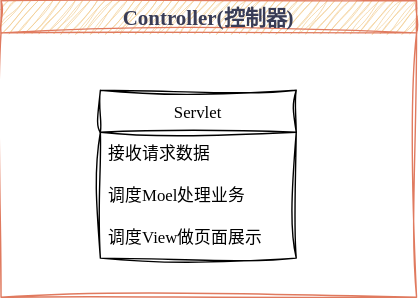
Above: diagrams/java_serve/web_application/mvc/MVC架构模式.svg in luguosong/images (draw.io), before the change. Source tidied: cells renumbered, new cells last; positions are measured from the earlier drawing's top-left corner, leaving out a move shared by most shapes.
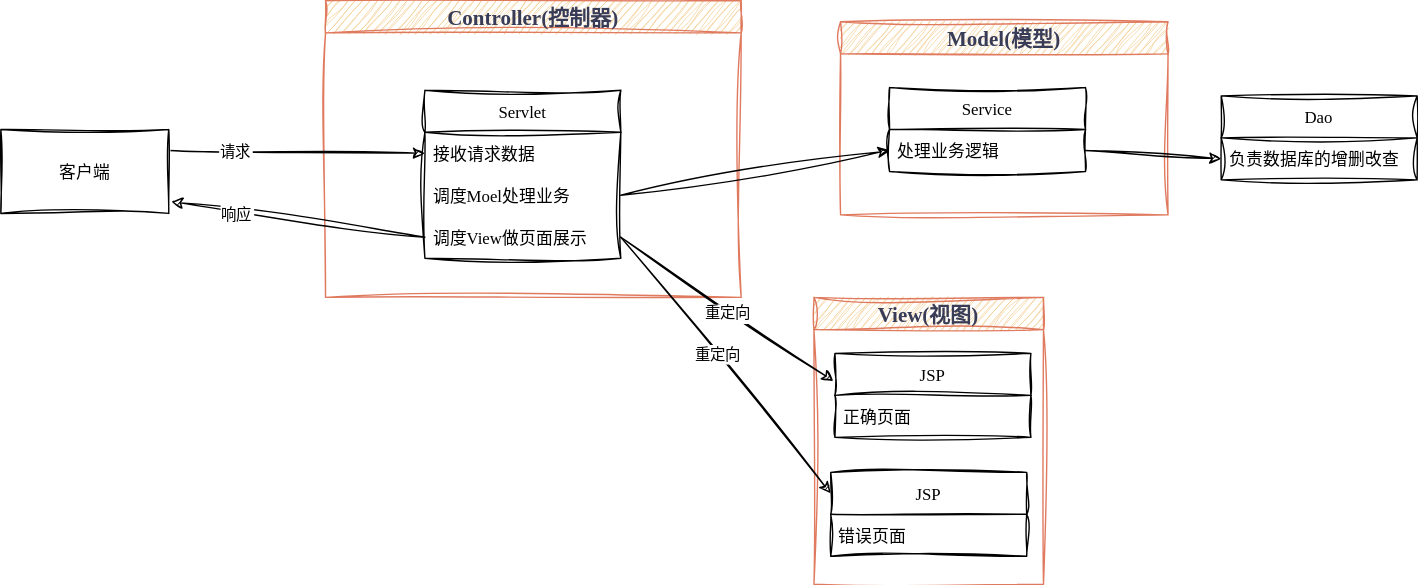
Later version of the same file.

Commit message:
更新MVC架构模式.svg

Diff of the diagram source:
```diff
@@ -17,5 +17,70 @@
     <mxCell id="6" value="调度View做页面展示" style="text;strokeColor=none;fillColor=none;align=left;verticalAlign=middle;spacingLeft=4;spacingRight=4;overflow=hidden;points=[[0,0.5],[1,0.5]];portConstraint=eastwest;fontFamily=LXGW WenKai;" parent="3" vertex="1">
       <mxGeometry y="90" width="140" height="30" as="geometry" />
     </mxCell>
+    <mxCell id="7" value="View(视图)" style="swimlane;sketch=1;hachureGap=4;jiggle=2;curveFitting=1;fontFamily=LXGW WenKai;fontSize=15;strokeColor=#E07A5F;align=center;verticalAlign=middle;fontColor=#393C56;fontStyle=1;fillColor=#F2CC8F;labelBackgroundColor=none;" parent="1" vertex="1">
+      <mxGeometry x="349" y="212" width="164" height="205" as="geometry" />
+    </mxCell>
+    <mxCell id="8" value="JSP" style="swimlane;fontStyle=0;horizontal=1;startSize=30;sketch=1;hachureGap=4;jiggle=2;curveFitting=1;fontFamily=LXGW WenKai;" parent="7" vertex="1">
+      <mxGeometry x="15" y="40" width="140" height="60" as="geometry" />
+    </mxCell>
+    <mxCell id="9" value="正确页面" style="text;strokeColor=none;fillColor=none;align=left;verticalAlign=middle;spacingLeft=4;spacingRight=4;overflow=hidden;fontFamily=LXGW WenKai;" parent="8" vertex="1">
+      <mxGeometry y="30" width="140" height="30" as="geometry" />
+    </mxCell>
+    <mxCell id="10" value="JSP" style="swimlane;fontStyle=0;horizontal=1;startSize=30;sketch=1;hachureGap=4;jiggle=2;curveFitting=1;fontFamily=LXGW WenKai;" parent="7" vertex="1">
+      <mxGeometry x="12" y="125" width="140" height="60" as="geometry" />
+    </mxCell>
+    <mxCell id="11" value="错误页面" style="text;strokeColor=none;fillColor=none;align=left;verticalAlign=middle;spacingLeft=4;spacingRight=4;overflow=hidden;fontFamily=LXGW WenKai;" parent="10" vertex="1">
+      <mxGeometry y="30" width="140" height="30" as="geometry" />
+    </mxCell>
+    <mxCell id="12" style="edgeStyle=none;rounded=0;sketch=1;hachureGap=4;jiggle=2;curveFitting=1;jettySize=auto;exitX=1;exitY=0.5;exitDx=0;exitDy=0;entryX=-0.008;entryY=0.33;entryDx=0;entryDy=0;fontFamily=LXGW WenKai;entryPerimeter=0;" parent="1" edge="1" source="6" target="8">
+      <mxGeometry relative="1" as="geometry" />
+    </mxCell>
+    <mxCell id="13" value="重定向" style="edgeLabel;align=center;verticalAlign=middle;sketch=1;hachureGap=4;jiggle=2;curveFitting=1;fontFamily=LXGW WenKai;" parent="12" vertex="1">
+      <mxGeometry x="-0.03" relative="1" as="geometry">
+        <mxPoint x="3" y="4" as="offset" />
+      </mxGeometry>
+    </mxCell>
+    <mxCell id="14" style="edgeStyle=none;rounded=0;sketch=1;hachureGap=4;jiggle=2;curveFitting=1;jettySize=auto;exitX=1;exitY=0.5;exitDx=0;exitDy=0;fontFamily=LXGW WenKai;entryX=0;entryY=0.25;entryDx=0;entryDy=0;" parent="1" edge="1" source="6" target="10">
+      <mxGeometry relative="1" as="geometry" />
+    </mxCell>
+    <mxCell id="15" value="重定向" style="edgeLabel;align=center;verticalAlign=middle;sketch=1;hachureGap=4;jiggle=2;curveFitting=1;fontFamily=LXGW WenKai;" parent="14" vertex="1">
+      <mxGeometry x="-0.09" y="1" relative="1" as="geometry" />
+    </mxCell>
+    <mxCell id="16" value="Model(模型)" style="swimlane;sketch=1;hachureGap=4;jiggle=2;curveFitting=1;fontFamily=LXGW WenKai;fontSize=15;strokeColor=#E07A5F;align=center;verticalAlign=middle;fontColor=#393C56;fontStyle=1;fillColor=#F2CC8F;labelBackgroundColor=none;" parent="1" vertex="1">
+      <mxGeometry x="368" y="15" width="234" height="138" as="geometry" />
+    </mxCell>
+    <mxCell id="17" value="Service" style="swimlane;fontStyle=0;horizontal=1;startSize=30;sketch=1;hachureGap=4;jiggle=2;curveFitting=1;fontFamily=LXGW WenKai;" parent="16" vertex="1">
+      <mxGeometry x="35" y="47" width="140" height="60" as="geometry" />
+    </mxCell>
+    <mxCell id="18" value="处理业务逻辑" style="text;strokeColor=none;fillColor=none;align=left;verticalAlign=middle;spacingLeft=4;spacingRight=4;overflow=hidden;points=[[0,0.5],[1,0.5]];portConstraint=eastwest;fontFamily=LXGW WenKai;" parent="17" vertex="1">
+      <mxGeometry y="30" width="140" height="30" as="geometry" />
+    </mxCell>
+    <mxCell id="19" style="edgeStyle=none;rounded=0;sketch=1;hachureGap=4;jiggle=2;curveFitting=1;jettySize=auto;exitX=1;exitY=0.5;exitDx=0;exitDy=0;entryX=0;entryY=0.5;entryDx=0;entryDy=0;fontFamily=LXGW WenKai;" parent="1" edge="1" source="5" target="18">
+      <mxGeometry relative="1" as="geometry" />
+    </mxCell>
+    <mxCell id="20" value="Dao" style="swimlane;fontStyle=0;horizontal=1;startSize=30;sketch=1;hachureGap=4;jiggle=2;curveFitting=1;fontFamily=LXGW WenKai;" parent="1" vertex="1">
+      <mxGeometry x="640" y="68" width="140" height="60" as="geometry" />
+    </mxCell>
+    <mxCell id="21" value="负责数据库的增删改查" style="text;strokeColor=none;fillColor=none;align=left;verticalAlign=middle;spacingLeft=4;spacingRight=4;overflow=hidden;points=[[0,0.5],[1,0.5]];portConstraint=eastwest;fontFamily=LXGW WenKai;" parent="20" vertex="1">
+      <mxGeometry y="30" width="140" height="30" as="geometry" />
+    </mxCell>
+    <mxCell id="22" style="edgeStyle=none;rounded=0;sketch=1;hachureGap=4;jiggle=2;curveFitting=1;jettySize=auto;exitX=1;exitY=0.5;exitDx=0;exitDy=0;entryX=0;entryY=0.5;entryDx=0;entryDy=0;fontFamily=LXGW WenKai;" parent="1" edge="1" source="18" target="21">
+      <mxGeometry relative="1" as="geometry" />
+    </mxCell>
+    <mxCell id="23" style="edgeStyle=none;rounded=0;sketch=1;hachureGap=4;jiggle=2;curveFitting=1;jettySize=auto;exitX=1;exitY=0.25;exitDx=0;exitDy=0;entryX=0;entryY=0.5;entryDx=0;entryDy=0;fontFamily=LXGW WenKai;" parent="1" edge="1" source="25" target="4">
+      <mxGeometry relative="1" as="geometry" />
+    </mxCell>
+    <mxCell id="24" value="请求" style="edgeLabel;align=center;verticalAlign=middle;sketch=1;hachureGap=4;jiggle=2;curveFitting=1;fontFamily=LXGW WenKai;" parent="23" vertex="1">
+      <mxGeometry x="-0.48" relative="1" as="geometry" />
+    </mxCell>
+    <mxCell id="25" value="客户端" style="rounded=0;sketch=1;hachureGap=4;jiggle=2;curveFitting=1;fontFamily=LXGW WenKai;" parent="1" vertex="1">
+      <mxGeometry x="-232" y="92" width="120" height="60" as="geometry" />
+    </mxCell>
+    <mxCell id="26" style="edgeStyle=none;rounded=0;sketch=1;hachureGap=4;jiggle=2;curveFitting=1;jettySize=auto;exitX=0;exitY=0.5;exitDx=0;exitDy=0;entryX=1.015;entryY=0.859;entryDx=0;entryDy=0;entryPerimeter=0;fontFamily=LXGW WenKai;" parent="1" edge="1" source="6" target="25">
+      <mxGeometry relative="1" as="geometry" />
+    </mxCell>
+    <mxCell id="27" value="响应" style="edgeLabel;align=center;verticalAlign=middle;sketch=1;hachureGap=4;jiggle=2;curveFitting=1;fontFamily=LXGW WenKai;" parent="26" vertex="1">
+      <mxGeometry x="0.49" y="2" relative="1" as="geometry" />
+    </mxCell>
   </root>
 </mxGraphModel>
```
